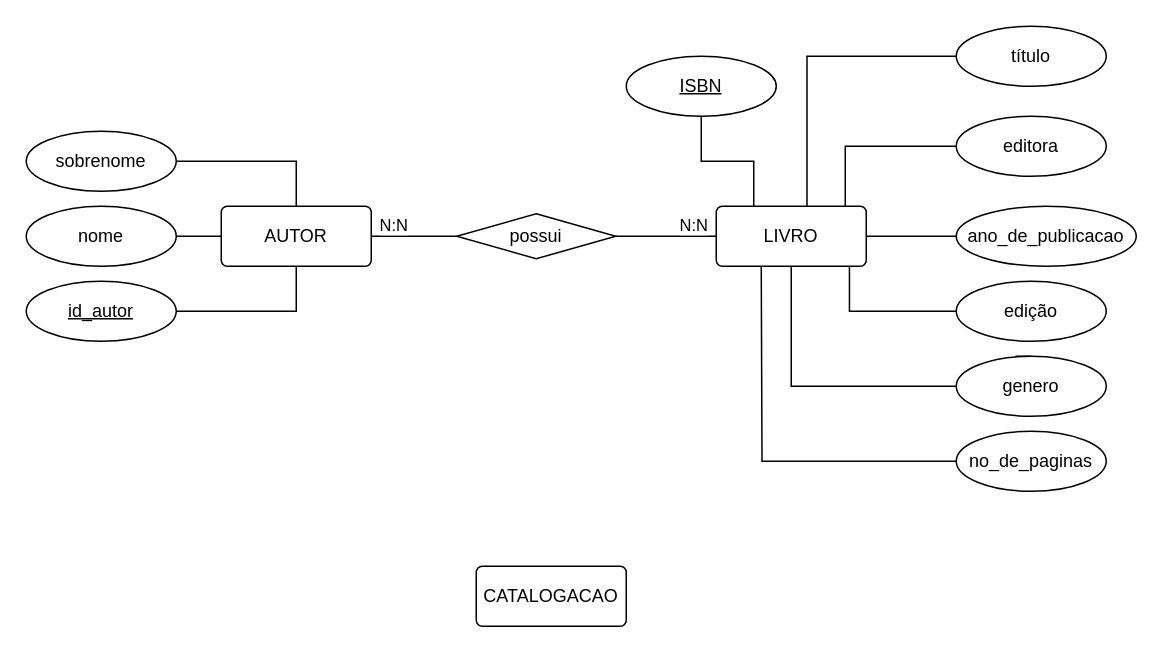
Above: Gestão_do_acervo.drawio in ICEI-PUC-Minas-PMV-SI/2025-1-e2-t1-gerenciamento_de_biblioteca (draw.io), before the change. Source tidied: cells renumbered, new cells numbered last; positions are measured from the earlier drawing's top-left corner, leaving out a move shared by most shapes. Both pictures are drawn from the tidied source at 150%, with x=0, y=0 at pixel (26, 26).
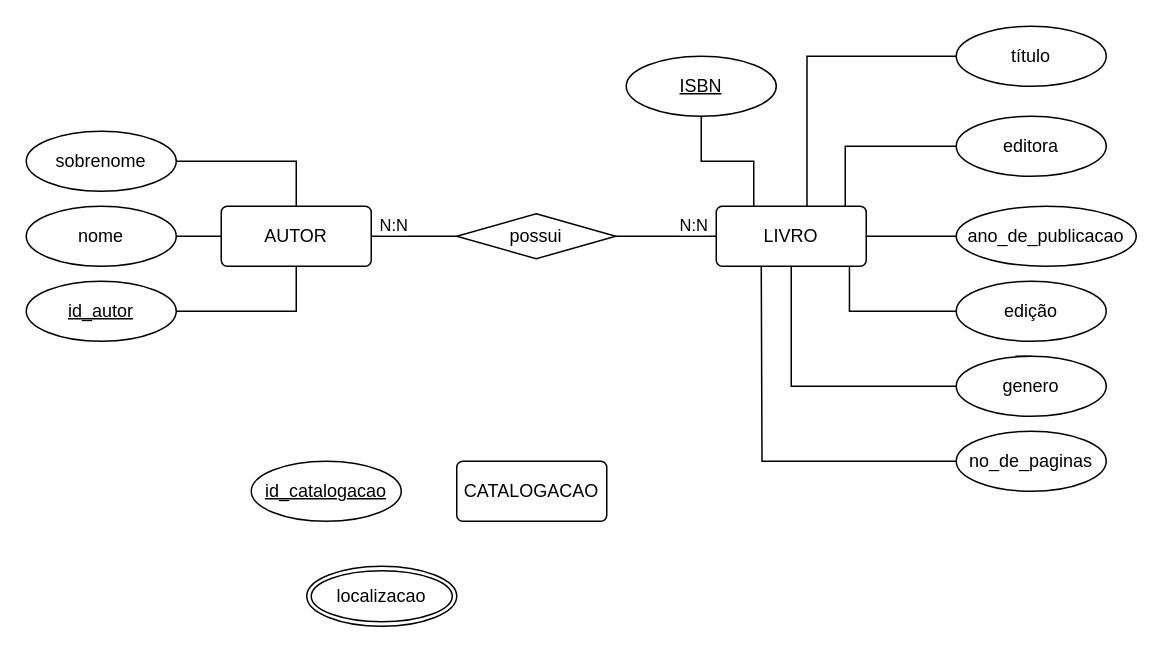
The same diagram, later.

Change to the diagram source:
```diff
@@
     <mxCell id="29" value="CATALOGACAO" style="rounded=1;arcSize=10;whiteSpace=wrap;html=1;align=center;" parent="1" vertex="1">
-      <mxGeometry x="300" y="360" width="100" height="40" as="geometry" />
+      <mxGeometry x="287" y="290" width="100" height="40" as="geometry" />
     </mxCell>
+    <mxCell id="30" value="localizacao" style="ellipse;shape=doubleEllipse;margin=3;whiteSpace=wrap;html=1;align=center;" parent="1" vertex="1">
+      <mxGeometry x="187" y="360" width="100" height="40" as="geometry" />
+    </mxCell>
+    <mxCell id="31" value="id_catalogacao" style="ellipse;whiteSpace=wrap;html=1;align=center;fontStyle=4;" parent="1" vertex="1">
+      <mxGeometry x="150" y="290" width="100" height="40" as="geometry" />
+    </mxCell>
```
